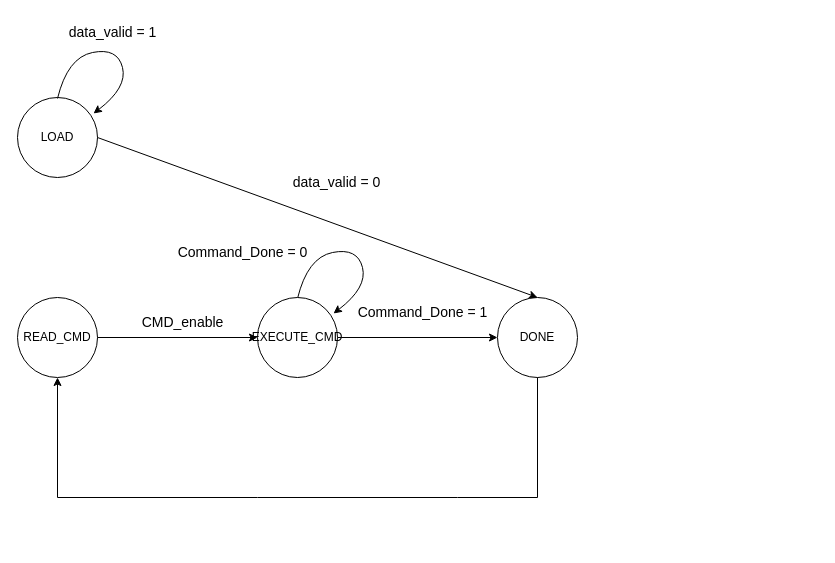
Above: HW4_P76124265/diagram/FSM state.drawio in TreeLand1101/NCKU-Digital_Design (draw.io), before the change. Source tidied: cells renumbered, new cells numbered last; positions are measured from the earlier drawing's top-left corner, leaving out a move shared by most shapes. Both pictures are drawn from the tidied source at 100%, with x=0, y=0 at pixel (17, 17).
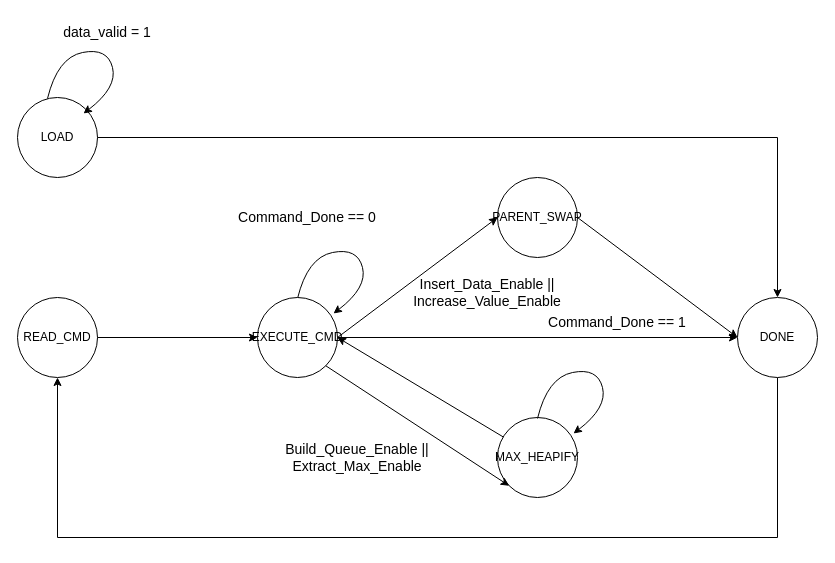
The same page after the edit.

Unchanged cells that the change refers to:
```xml
<mxCell id="2" value="READ_CMD" style="ellipse;whiteSpace=wrap;html=1;" parent="1" vertex="1">
  <mxGeometry y="280" width="80" height="80" as="geometry" />
</mxCell>
<mxCell id="5" value="LOAD" style="ellipse;whiteSpace=wrap;html=1;" parent="1" vertex="1">
  <mxGeometry y="80" width="80" height="80" as="geometry" />
</mxCell>
<mxCell id="9" value="EXECUTE_CMD" style="ellipse;whiteSpace=wrap;html=1;" parent="1" vertex="1">
  <mxGeometry x="240" y="280" width="80" height="80" as="geometry" />
</mxCell>
```

Diff of the diagram source:
```diff
@@
+    <mxCell id="4" style="edgeStyle=orthogonalEdgeStyle;rounded=0;jettySize=auto;html=1;exitX=0.5;exitY=1;exitDx=0;exitDy=0;entryX=0.5;entryY=1;entryDx=0;entryDy=0;" parent="1" edge="1" source="3" target="2">
+      <mxGeometry relative="1" as="geometry">
+        <Array as="points">
+          <mxPoint x="760" y="520" />
+          <mxPoint x="40" y="520" />
+        </Array>
+      </mxGeometry>
+    </mxCell>
     <mxCell id="3" value="DONE" style="ellipse;whiteSpace=wrap;html=1;" parent="1" vertex="1">
-      <mxGeometry x="480" y="280" width="80" height="80" as="geometry" />
+      <mxGeometry x="720" y="280" width="80" height="80" as="geometry" />
     </mxCell>
-    <mxCell id="4" style="endArrow=classic;html=1;rounded=0;exitX=0.5;exitY=1;exitDx=0;exitDy=0;entryX=0.5;entryY=1;entryDx=0;entryDy=0;" parent="1" edge="1" source="3" target="2">
-      <mxGeometry relative="1" as="geometry">
-        <Array as="points">
-          <mxPoint x="520" y="480" />
-          <mxPoint x="440" y="480" />
-          <mxPoint x="240" y="480" />
-          <mxPoint x="40" y="480" />
-        </Array>
-      </mxGeometry>
-    </mxCell>
@@
-    <mxCell id="7" value="&lt;font style=&quot;font-size: 14px;&quot;&gt;data_valid = 1&lt;/font&gt;" style="text;html=1;align=center;verticalAlign=middle;strokeColor=none;fillColor=none;" parent="1" vertex="1">
-      <mxGeometry x="40" width="110" height="30" as="geometry" />
-    </mxCell>
-    <mxCell id="8" value="&lt;span style=&quot;font-size: 14px;&quot;&gt;Command_Done = 0&lt;/span&gt;" style="text;html=1;align=center;verticalAlign=middle;strokeColor=none;fillColor=none;" parent="1" vertex="1">
-      <mxGeometry x="150" y="220" width="150" height="30" as="geometry" />
-    </mxCell>
@@
     <mxCell id="11" style="endArrow=classic;html=1;rounded=0;exitX=1;exitY=0.5;exitDx=0;exitDy=0;entryX=0.5;entryY=0;entryDx=0;entryDy=0;" parent="1" edge="1" source="5" target="3">
-      <mxGeometry relative="1" as="geometry" />
+      <mxGeometry relative="1" as="geometry">
+        <Array as="points">
+          <mxPoint x="760" y="120" />
+        </Array>
+      </mxGeometry>
     </mxCell>
-    <mxCell id="12" value="&lt;font style=&quot;font-size: 14px;&quot;&gt;data_valid = 0&lt;/font&gt;" style="text;html=1;align=center;verticalAlign=middle;strokeColor=none;fillColor=none;" parent="1" vertex="1">
-      <mxGeometry x="264" y="150" width="110" height="30" as="geometry" />
-    </mxCell>
-    <mxCell id="13" style="endArrow=classic;html=1;rounded=0;exitX=1;exitY=0.5;exitDx=0;exitDy=0;entryX=0;entryY=0.5;entryDx=0;entryDy=0;" parent="1" edge="1" source="9" target="3">
+    <mxCell id="13" style="endArrow=classic;html=1;rounded=0;exitX=1;exitY=0.5;exitDx=0;exitDy=0;entryX=0;entryY=0.5;entryDx=0;entryDy=0;" parent="1" edge="1" source="9" target="17">
       <mxGeometry relative="1" as="geometry" />
     </mxCell>
-    <mxCell id="14" value="&lt;span style=&quot;font-size: 14px;&quot;&gt;Command_Done = 1&lt;/span&gt;" style="text;html=1;align=center;verticalAlign=middle;strokeColor=none;fillColor=none;" parent="1" vertex="1">
-      <mxGeometry x="330" y="280" width="150" height="30" as="geometry" />
-    </mxCell>
     <mxCell id="15" style="curved=1;endArrow=classic;html=1;rounded=0;exitX=0.5;exitY=0;exitDx=0;exitDy=0;entryX=0.946;entryY=0.19;entryDx=0;entryDy=0;entryPerimeter=0;strokeColor=default;flowAnimation=0;" parent="1" edge="1">
       <mxGeometry relative="1" as="geometry">
-        <mxPoint x="40" y="81" as="sourcePoint" />
-        <mxPoint x="76" y="96" as="targetPoint" />
+        <mxPoint x="30" y="81" as="sourcePoint" />
+        <mxPoint x="66" y="96" as="targetPoint" />
         <Array as="points">
-          <mxPoint x="50" y="40" />
-          <mxPoint x="100" y="30" />
-          <mxPoint x="110" y="70" />
+          <mxPoint x="40" y="40" />
+          <mxPoint x="90" y="30" />
+          <mxPoint x="100" y="70" />
         </Array>
       </mxGeometry>
     </mxCell>
-    <mxCell id="16" value="&lt;span style=&quot;font-size: 14px;&quot;&gt;CMD_enable&lt;/span&gt;" style="text;html=1;align=center;verticalAlign=middle;strokeColor=none;fillColor=none;" parent="1" vertex="1">
-      <mxGeometry x="110" y="290" width="110" height="30" as="geometry" />
-    </mxCell>
+    <mxCell id="17" value="PARENT_SWAP" style="ellipse;whiteSpace=wrap;html=1;" parent="1" vertex="1">
+      <mxGeometry x="480" y="160" width="80" height="80" as="geometry" />
+    </mxCell>
+    <mxCell id="18" value="MAX_HEAPIFY" style="ellipse;whiteSpace=wrap;html=1;" parent="1" vertex="1">
+      <mxGeometry x="480" y="400" width="80" height="80" as="geometry" />
+    </mxCell>
+    <mxCell id="19" style="endArrow=classic;html=1;rounded=0;exitX=1;exitY=1;exitDx=0;exitDy=0;entryX=0;entryY=1;entryDx=0;entryDy=0;" parent="1" edge="1" source="9" target="18">
+      <mxGeometry relative="1" as="geometry" />
+    </mxCell>
+    <mxCell id="20" style="endArrow=classic;html=1;rounded=0;exitX=1;exitY=0.5;exitDx=0;exitDy=0;entryX=0;entryY=0.5;entryDx=0;entryDy=0;" parent="1" edge="1">
+      <mxGeometry relative="1" as="geometry">
+        <mxPoint x="560" y="200" as="sourcePoint" />
+        <mxPoint x="720" y="320" as="targetPoint" />
+      </mxGeometry>
+    </mxCell>
+    <mxCell id="21" style="curved=1;endArrow=classic;html=1;rounded=0;exitX=0.5;exitY=0;exitDx=0;exitDy=0;entryX=0.946;entryY=0.19;entryDx=0;entryDy=0;entryPerimeter=0;strokeColor=default;flowAnimation=0;" parent="1" edge="1">
+      <mxGeometry relative="1" as="geometry">
+        <mxPoint x="520" y="401" as="sourcePoint" />
+        <mxPoint x="556" y="416" as="targetPoint" />
+        <Array as="points">
+          <mxPoint x="530" y="360" />
+          <mxPoint x="580" y="350" />
+          <mxPoint x="590" y="390" />
+        </Array>
+      </mxGeometry>
+    </mxCell>
+    <mxCell id="22" style="endArrow=classic;html=1;rounded=0;entryX=1;entryY=0.5;entryDx=0;entryDy=0;" parent="1" edge="1" source="18" target="9">
+      <mxGeometry relative="1" as="geometry" />
+    </mxCell>
+    <mxCell id="7" value="&lt;font style=&quot;font-size: 14px;&quot;&gt;data_valid = 1&lt;/font&gt;" style="text;html=1;align=center;verticalAlign=middle;whiteSpace=wrap;rounded=0;" parent="1" vertex="1">
+      <mxGeometry width="180" height="30" as="geometry" />
+    </mxCell>
+    <mxCell id="23" value="&lt;font style=&quot;font-size: 14px;&quot;&gt;Command_Done == 0&lt;/font&gt;" style="text;html=1;align=center;verticalAlign=middle;whiteSpace=wrap;rounded=0;" parent="1" vertex="1">
+      <mxGeometry x="200" y="185" width="180" height="30" as="geometry" />
+    </mxCell>
+    <mxCell id="24" value="&lt;font style=&quot;font-size: 14px;&quot;&gt;Insert_Data_Enable || Increase_Value_Enable&lt;/font&gt;" style="text;html=1;align=center;verticalAlign=middle;whiteSpace=wrap;rounded=0;" parent="1" vertex="1">
+      <mxGeometry x="380" y="260" width="180" height="30" as="geometry" />
+    </mxCell>
+    <mxCell id="25" style="endArrow=classic;html=1;rounded=0;exitX=1;exitY=0.5;exitDx=0;exitDy=0;" parent="1" edge="1" source="9">
+      <mxGeometry relative="1" as="geometry">
+        <mxPoint x="720" y="320" as="targetPoint" />
+      </mxGeometry>
+    </mxCell>
+    <mxCell id="26" value="&lt;font style=&quot;font-size: 14px;&quot;&gt;Command_Done == 1&lt;/font&gt;" style="text;html=1;align=center;verticalAlign=middle;whiteSpace=wrap;rounded=0;" parent="1" vertex="1">
+      <mxGeometry x="510" y="290" width="180" height="30" as="geometry" />
+    </mxCell>
+    <mxCell id="27" value="&lt;font style=&quot;font-size: 14px;&quot;&gt;Build_Queue_Enable || Extract_Max_Enable&lt;/font&gt;" style="text;html=1;align=center;verticalAlign=middle;whiteSpace=wrap;rounded=0;" parent="1" vertex="1">
+      <mxGeometry x="250" y="425" width="180" height="30" as="geometry" />
+    </mxCell>
```
